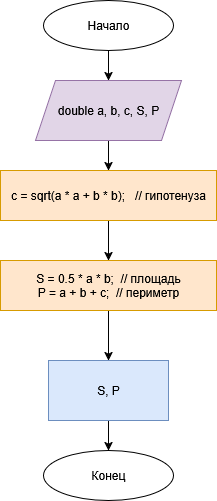
DragonSov/Lab3 keeps this draw.io diagram as homework/block_diagram.png. Above is the earlier version. Source tidied: cells renumbered, new cells last; positions are measured from the earlier drawing's top-left corner, leaving out a move shared by most shapes. The source it was exported from:
```xml
<mxGraphModel>
  <root>
    <mxCell id="0" />
    <mxCell id="1" parent="0" />
    <mxCell id="2" style="edgeStyle=orthogonalEdgeStyle;rounded=0;jettySize=auto;html=1;" parent="1" edge="1" source="3" target="5">
      <mxGeometry relative="1" as="geometry" />
    </mxCell>
    <mxCell id="3" value="Начало" style="ellipse;whiteSpace=wrap;html=1;" parent="1" vertex="1">
      <mxGeometry x="43" width="130" height="50" as="geometry" />
    </mxCell>
    <mxCell id="4" style="edgeStyle=orthogonalEdgeStyle;rounded=0;jettySize=auto;html=1;" parent="1" edge="1" source="5" target="7">
      <mxGeometry relative="1" as="geometry" />
    </mxCell>
    <mxCell id="5" value="double a, b, c, S, P" style="shape=parallelogram;perimeter=parallelogramPerimeter;whiteSpace=wrap;html=1;fixedSize=1;fillColor=#e1d5e7;strokeColor=#9673a6;" parent="1" vertex="1">
      <mxGeometry x="35" y="80" width="146" height="60" as="geometry" />
    </mxCell>
    <mxCell id="6" style="edgeStyle=orthogonalEdgeStyle;rounded=0;jettySize=auto;html=1;" parent="1" edge="1" source="7" target="12">
      <mxGeometry relative="1" as="geometry" />
    </mxCell>
    <mxCell id="7" value="&lt;div&gt;c = sqrt(a * a + b * b);&amp;nbsp; &amp;nbsp;// гипотенуза&lt;/div&gt;" style="rounded=0;whiteSpace=wrap;html=1;fillColor=#ffe6cc;strokeColor=#d79b00;" parent="1" vertex="1">
      <mxGeometry y="170" width="216" height="50" as="geometry" />
    </mxCell>
    <mxCell id="8" style="edgeStyle=orthogonalEdgeStyle;rounded=0;jettySize=auto;html=1;" parent="1" edge="1" source="9" target="10">
      <mxGeometry relative="1" as="geometry" />
    </mxCell>
    <mxCell id="9" value="S, P" style="rounded=0;whiteSpace=wrap;html=1;fillColor=#dae8fc;strokeColor=#6c8ebf;" parent="1" vertex="1">
      <mxGeometry x="48" y="360" width="120" height="60" as="geometry" />
    </mxCell>
    <mxCell id="10" value="Конец" style="ellipse;whiteSpace=wrap;html=1;" parent="1" vertex="1">
      <mxGeometry x="43" y="450" width="130" height="50" as="geometry" />
    </mxCell>
    <mxCell id="11" style="edgeStyle=orthogonalEdgeStyle;rounded=0;jettySize=auto;html=1;" parent="1" edge="1" source="12" target="9">
      <mxGeometry relative="1" as="geometry" />
    </mxCell>
    <mxCell id="12" value="&lt;div&gt;S = 0.5 * a * b;&amp;nbsp; // площадь&lt;/div&gt;&lt;div&gt;P = a + b + c;&amp;nbsp; // периметр&lt;/div&gt;" style="rounded=0;whiteSpace=wrap;html=1;fillColor=#ffe6cc;strokeColor=#d79b00;" parent="1" vertex="1">
      <mxGeometry y="260" width="216" height="50" as="geometry" />
    </mxCell>
  </root>
</mxGraphModel>
```
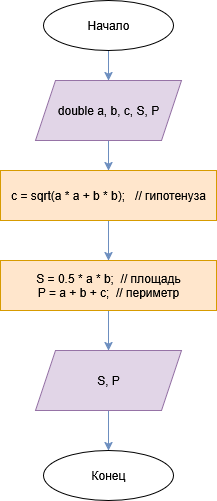
The same diagram one commit later.

Commit message:
fix task3 block diagram

What changed in the source:
```diff
@@ -2,38 +2,38 @@
   <root>
     <mxCell id="0" />
     <mxCell id="1" parent="0" />
-    <mxCell id="2" style="edgeStyle=orthogonalEdgeStyle;rounded=0;jettySize=auto;html=1;" parent="1" edge="1" source="3" target="5">
+    <mxCell id="2" style="edgeStyle=orthogonalEdgeStyle;rounded=0;jettySize=auto;html=1;fillColor=#dae8fc;strokeColor=#6c8ebf;" parent="1" edge="1" source="3" target="5">
       <mxGeometry relative="1" as="geometry" />
     </mxCell>
     <mxCell id="3" value="Начало" style="ellipse;whiteSpace=wrap;html=1;" parent="1" vertex="1">
       <mxGeometry x="43" width="130" height="50" as="geometry" />
     </mxCell>
-    <mxCell id="4" style="edgeStyle=orthogonalEdgeStyle;rounded=0;jettySize=auto;html=1;" parent="1" edge="1" source="5" target="7">
+    <mxCell id="4" style="edgeStyle=orthogonalEdgeStyle;rounded=0;jettySize=auto;html=1;fillColor=#dae8fc;strokeColor=#6c8ebf;" parent="1" edge="1" source="5" target="7">
       <mxGeometry relative="1" as="geometry" />
     </mxCell>
     <mxCell id="5" value="double a, b, c, S, P" style="shape=parallelogram;perimeter=parallelogramPerimeter;whiteSpace=wrap;html=1;fixedSize=1;fillColor=#e1d5e7;strokeColor=#9673a6;" parent="1" vertex="1">
       <mxGeometry x="35" y="80" width="146" height="60" as="geometry" />
     </mxCell>
-    <mxCell id="6" style="edgeStyle=orthogonalEdgeStyle;rounded=0;jettySize=auto;html=1;" parent="1" edge="1" source="7" target="12">
+    <mxCell id="6" style="edgeStyle=orthogonalEdgeStyle;rounded=0;jettySize=auto;html=1;fillColor=#dae8fc;strokeColor=#6c8ebf;" parent="1" edge="1" source="7" target="12">
       <mxGeometry relative="1" as="geometry" />
     </mxCell>
     <mxCell id="7" value="&lt;div&gt;c = sqrt(a * a + b * b);&amp;nbsp; &amp;nbsp;// гипотенуза&lt;/div&gt;" style="rounded=0;whiteSpace=wrap;html=1;fillColor=#ffe6cc;strokeColor=#d79b00;" parent="1" vertex="1">
       <mxGeometry y="170" width="216" height="50" as="geometry" />
     </mxCell>
-    <mxCell id="8" style="edgeStyle=orthogonalEdgeStyle;rounded=0;jettySize=auto;html=1;" parent="1" edge="1" source="9" target="10">
-      <mxGeometry relative="1" as="geometry" />
-    </mxCell>
-    <mxCell id="9" value="S, P" style="rounded=0;whiteSpace=wrap;html=1;fillColor=#dae8fc;strokeColor=#6c8ebf;" parent="1" vertex="1">
-      <mxGeometry x="48" y="360" width="120" height="60" as="geometry" />
-    </mxCell>
     <mxCell id="10" value="Конец" style="ellipse;whiteSpace=wrap;html=1;" parent="1" vertex="1">
       <mxGeometry x="43" y="450" width="130" height="50" as="geometry" />
     </mxCell>
-    <mxCell id="11" style="edgeStyle=orthogonalEdgeStyle;rounded=0;jettySize=auto;html=1;" parent="1" edge="1" source="12" target="9">
+    <mxCell id="11" style="edgeStyle=orthogonalEdgeStyle;rounded=0;jettySize=auto;html=1;fillColor=#dae8fc;strokeColor=#6c8ebf;" parent="1" edge="1" source="12" target="9">
       <mxGeometry relative="1" as="geometry" />
     </mxCell>
     <mxCell id="12" value="&lt;div&gt;S = 0.5 * a * b;&amp;nbsp; // площадь&lt;/div&gt;&lt;div&gt;P = a + b + c;&amp;nbsp; // периметр&lt;/div&gt;" style="rounded=0;whiteSpace=wrap;html=1;fillColor=#ffe6cc;strokeColor=#d79b00;" parent="1" vertex="1">
       <mxGeometry y="260" width="216" height="50" as="geometry" />
     </mxCell>
+    <mxCell id="8" style="edgeStyle=orthogonalEdgeStyle;rounded=0;jettySize=auto;html=1;fillColor=#dae8fc;strokeColor=#6c8ebf;" parent="1" edge="1" source="9" target="10">
+      <mxGeometry relative="1" as="geometry" />
+    </mxCell>
+    <mxCell id="9" value="S, P" style="shape=parallelogram;perimeter=parallelogramPerimeter;whiteSpace=wrap;html=1;fixedSize=1;fillColor=#e1d5e7;strokeColor=#9673a6;" parent="1" vertex="1">
+      <mxGeometry x="35" y="350" width="146" height="60" as="geometry" />
+    </mxCell>
   </root>
 </mxGraphModel>
```
